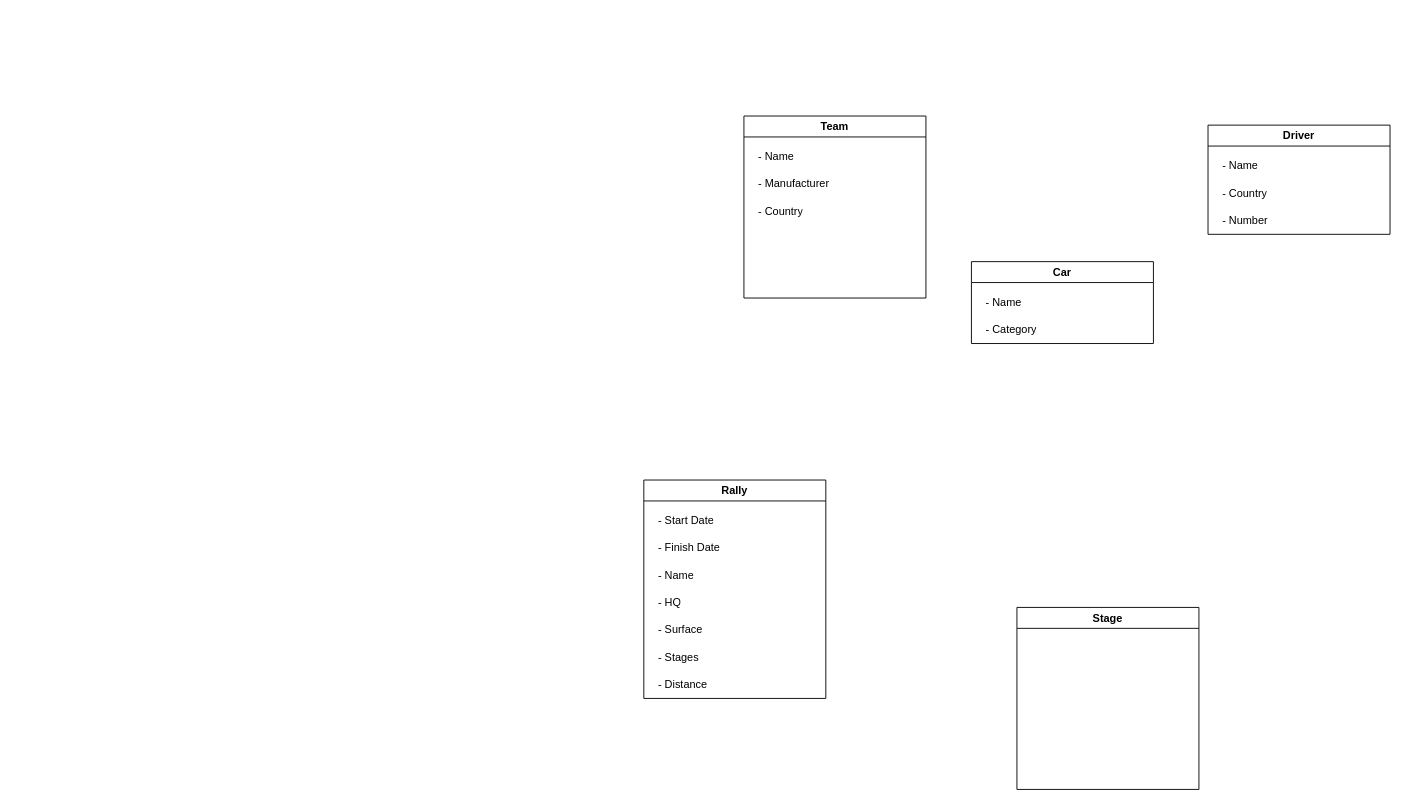
This is wrc.drawio from sirkotal/wrc-db, a draw.io file, before an edit. Source tidied: cells renumbered, new cells numbered last; positions are measured from the earlier drawing's top-left corner, leaving out a move shared by most shapes. Both pictures are drawn from the tidied source at 91%, with x=0, y=0 at pixel (643, 116).
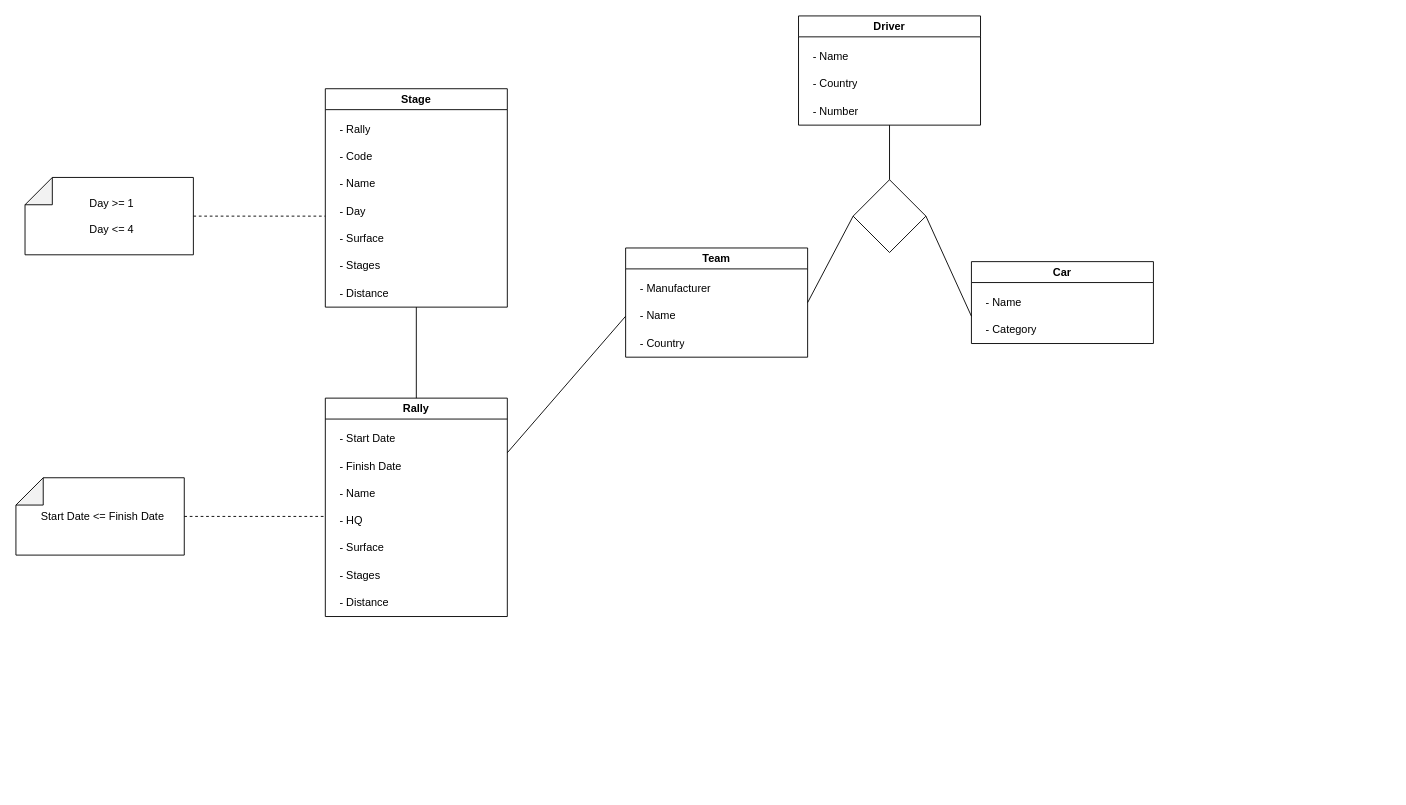
After the change.

Commit message (it also covers changes not shown here):
Updated the UML diagram

Change to the diagram source:
```diff
@@
     <mxCell id="2" value="Team" style="swimlane;whiteSpace=wrap;html=1;startSize=23;" parent="1" vertex="1">
-      <mxGeometry x="110" width="200" height="200" as="geometry" />
+      <mxGeometry x="-20" y="145" width="200" height="120" as="geometry" />
     </mxCell>
-    <mxCell id="3" value="- Name" style="text;strokeColor=none;fillColor=none;align=left;verticalAlign=middle;spacingLeft=4;spacingRight=4;overflow=hidden;whiteSpace=wrap;html=1;" parent="2" vertex="1">
-      <mxGeometry x="10" y="30" width="80" height="30" as="geometry" />
+    <mxCell id="3" value="- Manufacturer" style="text;strokeColor=none;fillColor=none;align=left;verticalAlign=middle;spacingLeft=4;spacingRight=4;overflow=hidden;whiteSpace=wrap;html=1;" parent="2" vertex="1">
+      <mxGeometry x="10" y="30" width="90" height="30" as="geometry" />
     </mxCell>
-    <mxCell id="4" value="- Manufacturer" style="text;strokeColor=none;fillColor=none;align=left;verticalAlign=middle;spacingLeft=4;spacingRight=4;overflow=hidden;whiteSpace=wrap;html=1;" parent="2" vertex="1">
+    <mxCell id="4" value="- Name" style="text;strokeColor=none;fillColor=none;align=left;verticalAlign=middle;spacingLeft=4;spacingRight=4;overflow=hidden;whiteSpace=wrap;html=1;" parent="2" vertex="1">
       <mxGeometry x="10" y="60" width="90" height="30" as="geometry" />
     </mxCell>
@@
     <mxCell id="9" value="Driver" style="swimlane;whiteSpace=wrap;html=1;" parent="1" vertex="1">
-      <mxGeometry x="620" y="10" width="200" height="120" as="geometry" />
+      <mxGeometry x="170" y="-110" width="200" height="120" as="geometry" />
     </mxCell>
@@
     <mxCell id="13" value="Rally" style="swimlane;whiteSpace=wrap;html=1;" parent="1" vertex="1">
-      <mxGeometry y="400" width="200" height="240" as="geometry" />
+      <mxGeometry x="-350" y="310" width="200" height="240" as="geometry" />
     </mxCell>
@@
-    <mxCell id="21" value="Stage" style="swimlane;whiteSpace=wrap;html=1;startSize=23;" parent="1" vertex="1">
-      <mxGeometry x="410" y="540" width="200" height="200" as="geometry" />
+    <mxCell id="21" value="Stage" style="swimlane;whiteSpace=wrap;html=1;" parent="1" vertex="1">
+      <mxGeometry x="-350" y="-30" width="200" height="240" as="geometry" />
     </mxCell>
+    <mxCell id="22" value="- Rally" style="text;strokeColor=none;fillColor=none;align=left;verticalAlign=middle;spacingLeft=4;spacingRight=4;overflow=hidden;whiteSpace=wrap;html=1;" parent="21" vertex="1">
+      <mxGeometry x="10" y="30" width="80" height="30" as="geometry" />
+    </mxCell>
+    <mxCell id="23" value="- Code" style="text;strokeColor=none;fillColor=none;align=left;verticalAlign=middle;spacingLeft=4;spacingRight=4;overflow=hidden;whiteSpace=wrap;html=1;" parent="21" vertex="1">
+      <mxGeometry x="10" y="60" width="80" height="30" as="geometry" />
+    </mxCell>
+    <mxCell id="24" value="- Name" style="text;strokeColor=none;fillColor=none;align=left;verticalAlign=middle;spacingLeft=4;spacingRight=4;overflow=hidden;whiteSpace=wrap;html=1;" parent="21" vertex="1">
+      <mxGeometry x="10" y="90" width="80" height="30" as="geometry" />
+    </mxCell>
+    <mxCell id="25" value="- Day" style="text;strokeColor=none;fillColor=none;align=left;verticalAlign=middle;spacingLeft=4;spacingRight=4;overflow=hidden;whiteSpace=wrap;html=1;" parent="21" vertex="1">
+      <mxGeometry x="10" y="120" width="80" height="30" as="geometry" />
+    </mxCell>
+    <mxCell id="26" value="- Surface" style="text;strokeColor=none;fillColor=none;align=left;verticalAlign=middle;spacingLeft=4;spacingRight=4;overflow=hidden;whiteSpace=wrap;html=1;" parent="21" vertex="1">
+      <mxGeometry x="10" y="150" width="80" height="30" as="geometry" />
+    </mxCell>
+    <mxCell id="27" value="- Stages" style="text;strokeColor=none;fillColor=none;align=left;verticalAlign=middle;spacingLeft=4;spacingRight=4;overflow=hidden;whiteSpace=wrap;html=1;" parent="21" vertex="1">
+      <mxGeometry x="10" y="180" width="80" height="30" as="geometry" />
+    </mxCell>
+    <mxCell id="28" value="- Distance" style="text;strokeColor=none;fillColor=none;align=left;verticalAlign=middle;spacingLeft=4;spacingRight=4;overflow=hidden;whiteSpace=wrap;html=1;" parent="21" vertex="1">
+      <mxGeometry x="10" y="210" width="80" height="30" as="geometry" />
+    </mxCell>
+    <mxCell id="29" style="shape=note;whiteSpace=wrap;html=1;backgroundOutline=1;darkOpacity=0.05;rotation=-90;" parent="1" vertex="1">
+      <mxGeometry x="-640" y="347.5" width="85" height="185" as="geometry" />
+    </mxCell>
+    <mxCell id="30" value="Start Date &amp;lt;= Finish Date" style="text;html=1;strokeColor=none;fillColor=none;align=center;verticalAlign=middle;whiteSpace=wrap;rounded=0;" parent="1" vertex="1">
+      <mxGeometry x="-672.5" y="425" width="155" height="30" as="geometry" />
+    </mxCell>
+    <mxCell id="31" style="endArrow=none;dashed=1;html=1;rounded=0;exitX=0.5;exitY=1;exitDx=0;exitDy=0;exitPerimeter=0;" parent="1" edge="1" source="29">
+      <mxGeometry relative="1" as="geometry">
+        <mxPoint x="-350" y="440" as="targetPoint" />
+      </mxGeometry>
+    </mxCell>
+    <mxCell id="32" style="endArrow=none;html=1;rounded=0;exitX=1;exitY=0.5;exitDx=0;exitDy=0;" parent="1" edge="1" source="35">
+      <mxGeometry relative="1" as="geometry">
+        <mxPoint x="360" y="220" as="targetPoint" />
+      </mxGeometry>
+    </mxCell>
+    <mxCell id="33" style="endArrow=none;html=1;rounded=0;exitX=1;exitY=0.25;exitDx=0;exitDy=0;" parent="1" edge="1" source="13">
+      <mxGeometry relative="1" as="geometry">
+        <mxPoint x="-20" y="220" as="targetPoint" />
+      </mxGeometry>
+    </mxCell>
+    <mxCell id="34" style="endArrow=none;html=1;rounded=0;exitX=0.5;exitY=0;exitDx=0;exitDy=0;entryX=0.5;entryY=1;entryDx=0;entryDy=0;" parent="1" edge="1" source="13" target="21">
+      <mxGeometry relative="1" as="geometry" />
+    </mxCell>
+    <mxCell id="35" style="rhombus;whiteSpace=wrap;html=1;" parent="1" vertex="1">
+      <mxGeometry x="230" y="70" width="80" height="80" as="geometry" />
+    </mxCell>
+    <mxCell id="36" style="endArrow=none;html=1;rounded=0;entryX=0;entryY=0.5;entryDx=0;entryDy=0;exitX=1;exitY=0.5;exitDx=0;exitDy=0;" parent="1" edge="1" source="2" target="35">
+      <mxGeometry relative="1" as="geometry" />
+    </mxCell>
+    <mxCell id="37" style="endArrow=none;html=1;rounded=0;entryX=0.5;entryY=1;entryDx=0;entryDy=0;exitX=0.5;exitY=0;exitDx=0;exitDy=0;" parent="1" edge="1" source="35" target="9">
+      <mxGeometry relative="1" as="geometry" />
+    </mxCell>
+    <mxCell id="38" style="shape=note;whiteSpace=wrap;html=1;backgroundOutline=1;darkOpacity=0.05;rotation=-90;" parent="1" vertex="1">
+      <mxGeometry x="-630" y="17.5" width="85" height="185" as="geometry" />
+    </mxCell>
+    <mxCell id="39" value="Day &amp;gt;= 1&lt;br&gt;&lt;br&gt;Day &amp;lt;= 4" style="text;html=1;strokeColor=none;fillColor=none;align=center;verticalAlign=middle;whiteSpace=wrap;rounded=0;" parent="1" vertex="1">
+      <mxGeometry x="-662.5" y="95" width="155" height="30" as="geometry" />
+    </mxCell>
+    <mxCell id="40" style="endArrow=none;dashed=1;html=1;rounded=0;exitX=0.5;exitY=1;exitDx=0;exitDy=0;exitPerimeter=0;" parent="1" edge="1" source="38">
+      <mxGeometry relative="1" as="geometry">
+        <mxPoint x="-350" y="110" as="targetPoint" />
+      </mxGeometry>
+    </mxCell>
```
